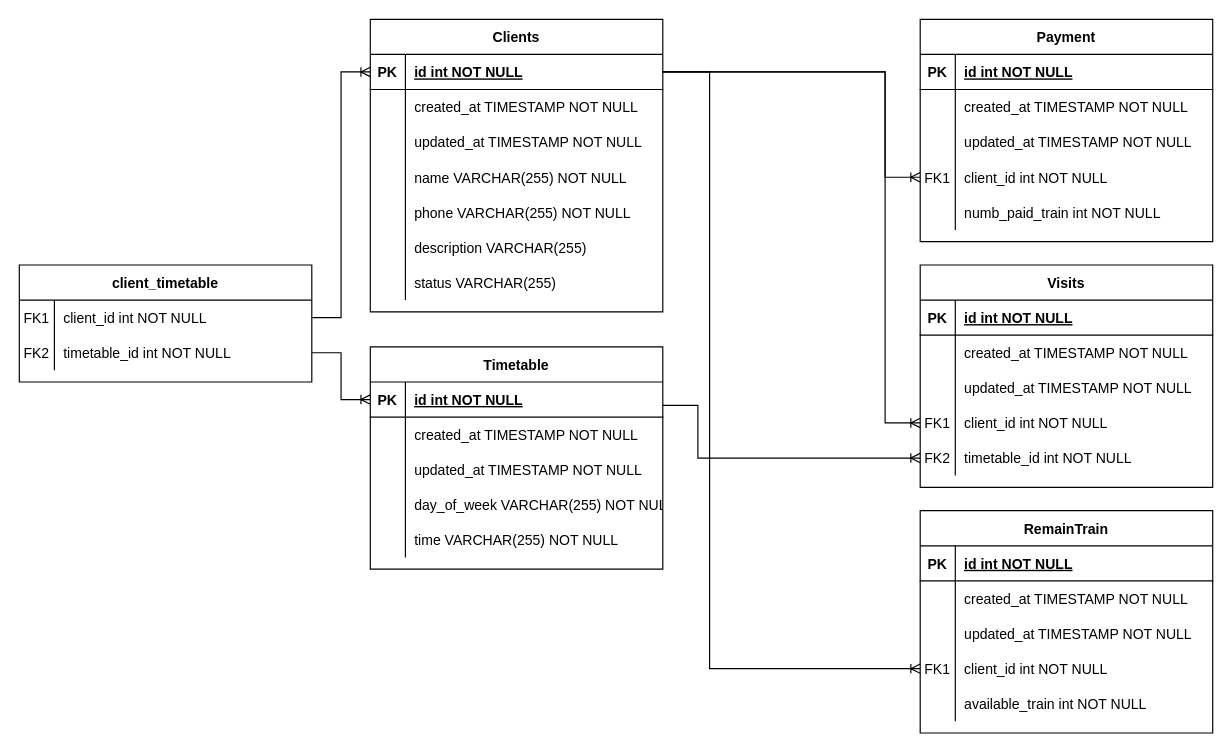
Before: Структура БД.drawio in Kaptollika3d/telegramBot, a draw.io diagram. Source tidied: cells renumbered, new cells numbered last; positions are measured from the earlier drawing's top-left corner, leaving out a move shared by most shapes. Both pictures are drawn from the tidied source at 117%, with x=0, y=0 at pixel (19, 19).
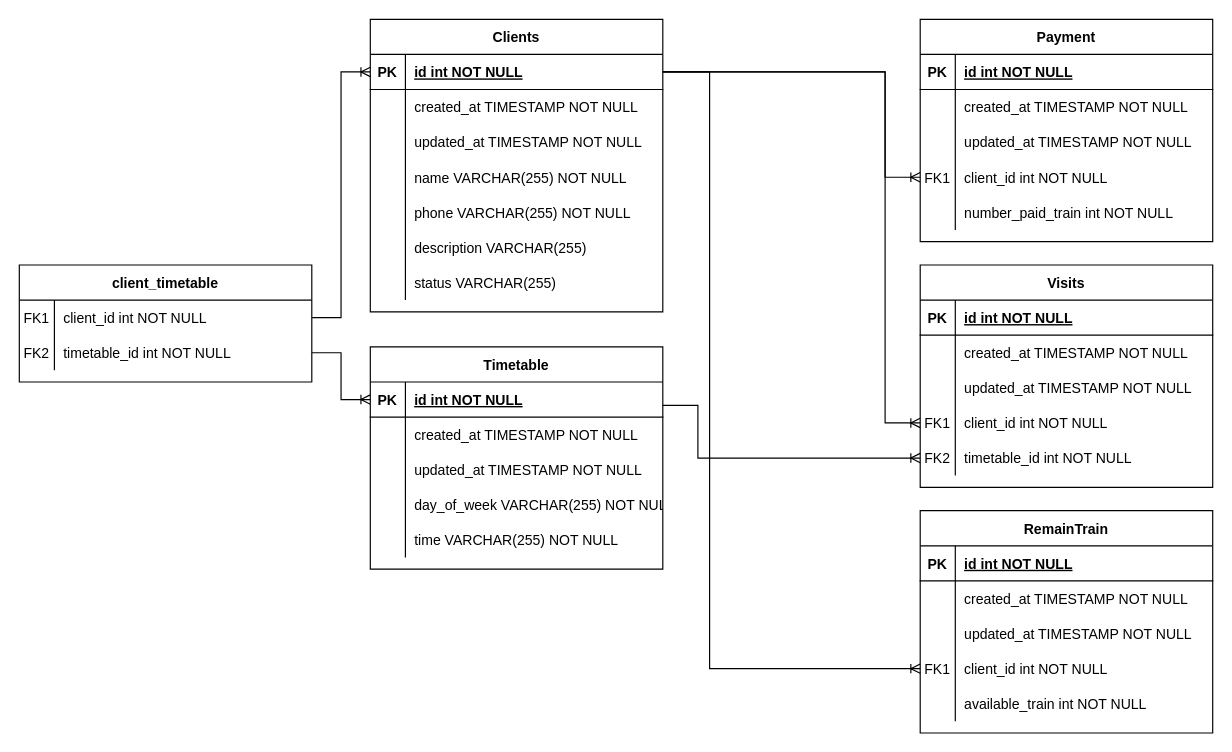
Above is the later version.

The change refers to these unchanged cells:
```xml
<mxCell id="53" style="shape=partialRectangle;fillColor=none;top=0;left=0;right=0;bottom=0;" parent="40" vertex="1">
  <mxGeometry y="150" width="250" height="30" as="geometry" />
</mxCell>
```

The edit, as a diff of the source:
```diff
@@
-    <mxCell id="55" value="numb_paid_train int NOT NULL" style="shape=partialRectangle;overflow=hidden;fillColor=none;top=0;left=0;bottom=0;right=0;align=left;spacingLeft=6;" parent="53" vertex="1">
+    <mxCell id="55" value="number_paid_train int NOT NULL" style="shape=partialRectangle;overflow=hidden;fillColor=none;top=0;left=0;bottom=0;right=0;align=left;spacingLeft=6;" parent="53" vertex="1">
       <mxGeometry x="30" width="220" height="30" as="geometry" />
     </mxCell>
```
